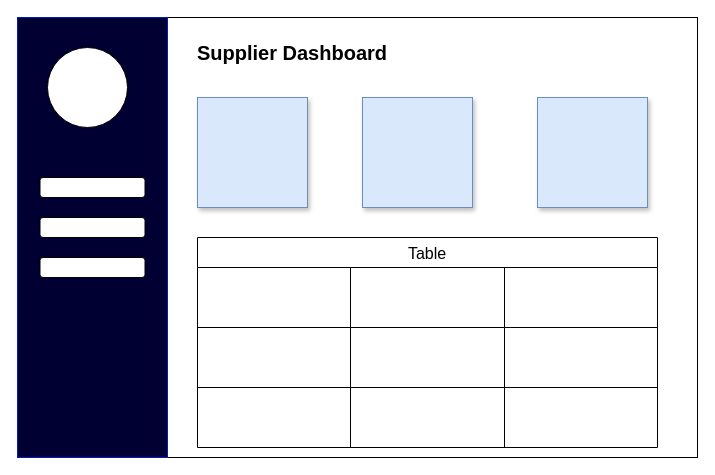
The draw.io diagram page "supplier dashboard" (2 of 2) of Untitled Diagram.drawio in pramodrk22/test, before the edit. Source tidied: cells renumbered, new cells numbered last; positions are measured from the earlier drawing's top-left corner, leaving out a move shared by most shapes. Both pictures are drawn from the tidied source at 100%, with x=0, y=0 at pixel (17, 17).
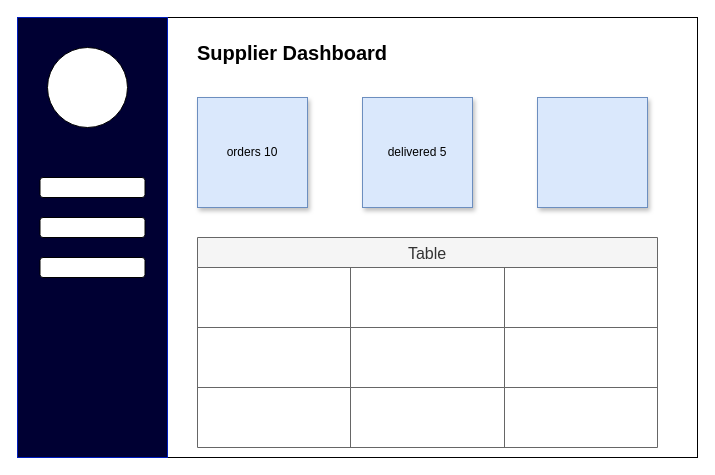
After the change.

Diff of the diagram source:
```diff
@@
-    <mxCell id="9" style="whiteSpace=wrap;html=1;fillColor=#dae8fc;strokeColor=#6c8ebf;shadow=1;" parent="1" vertex="1">
+    <mxCell id="9" value="orders 10" style="whiteSpace=wrap;html=1;fillColor=#dae8fc;strokeColor=#6c8ebf;shadow=1;" parent="1" vertex="1">
       <mxGeometry x="180" y="80" width="110" height="110" as="geometry" />
     </mxCell>
-    <mxCell id="10" style="whiteSpace=wrap;html=1;fillColor=#dae8fc;strokeColor=#6c8ebf;shadow=1;" parent="1" vertex="1">
+    <mxCell id="10" value="delivered 5" style="whiteSpace=wrap;html=1;fillColor=#dae8fc;strokeColor=#6c8ebf;shadow=1;" parent="1" vertex="1">
       <mxGeometry x="345" y="80" width="110" height="110" as="geometry" />
     </mxCell>
@@
-    <mxCell id="12" value="Table" style="shape=table;startSize=30;childLayout=tableLayout;strokeColor=default;fontSize=16;" parent="1" vertex="1">
+    <mxCell id="12" value="Table" style="shape=table;startSize=30;childLayout=tableLayout;strokeColor=#666666;fontSize=16;swimlaneFillColor=none;labelBackgroundColor=none;fillColor=#f5f5f5;fontColor=#333333;" parent="1" vertex="1">
       <mxGeometry x="180" y="220" width="460" height="210" as="geometry" />
     </mxCell>
```
